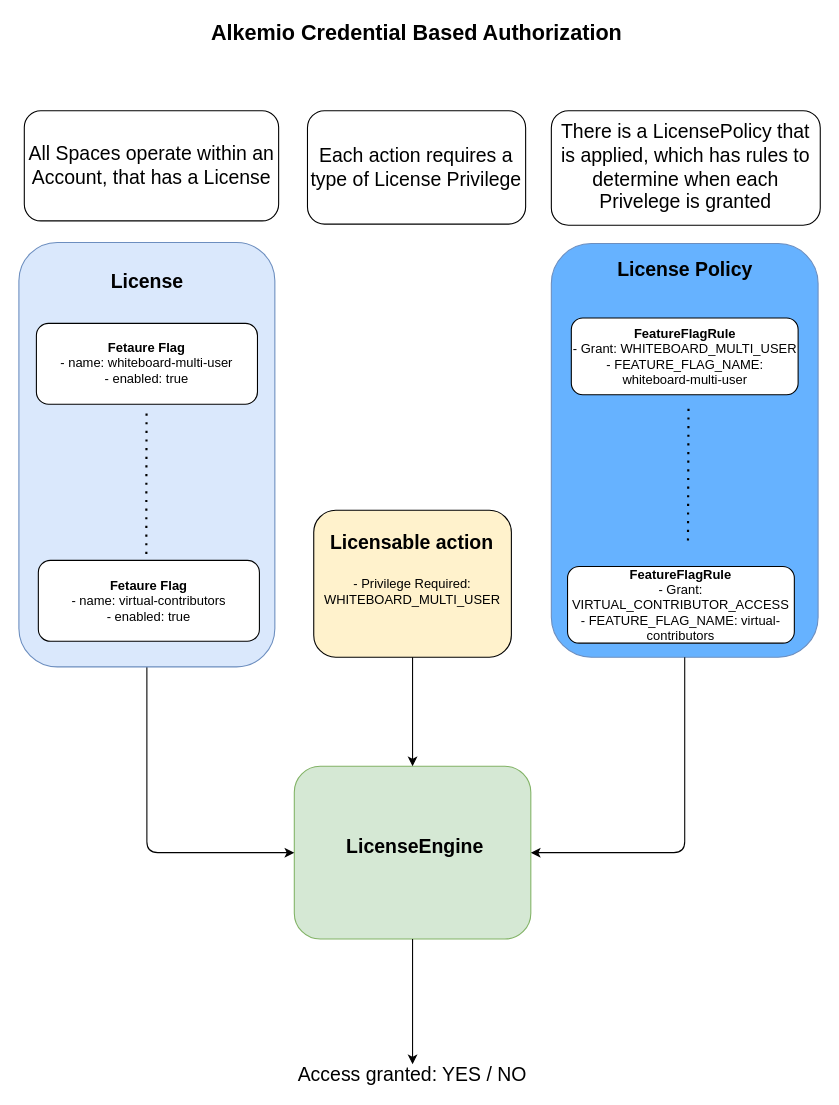
Earlier version of the draw.io diagram docs/diagrams/licenses.drawio (cherrytwist/cherrytwist). Source tidied: cells renumbered, new cells numbered last; positions are measured from the earlier drawing's top-left corner, leaving out a move shared by most shapes. Both pictures are drawn from the tidied source at 108%, with x=0, y=0 at pixel (18, 21).
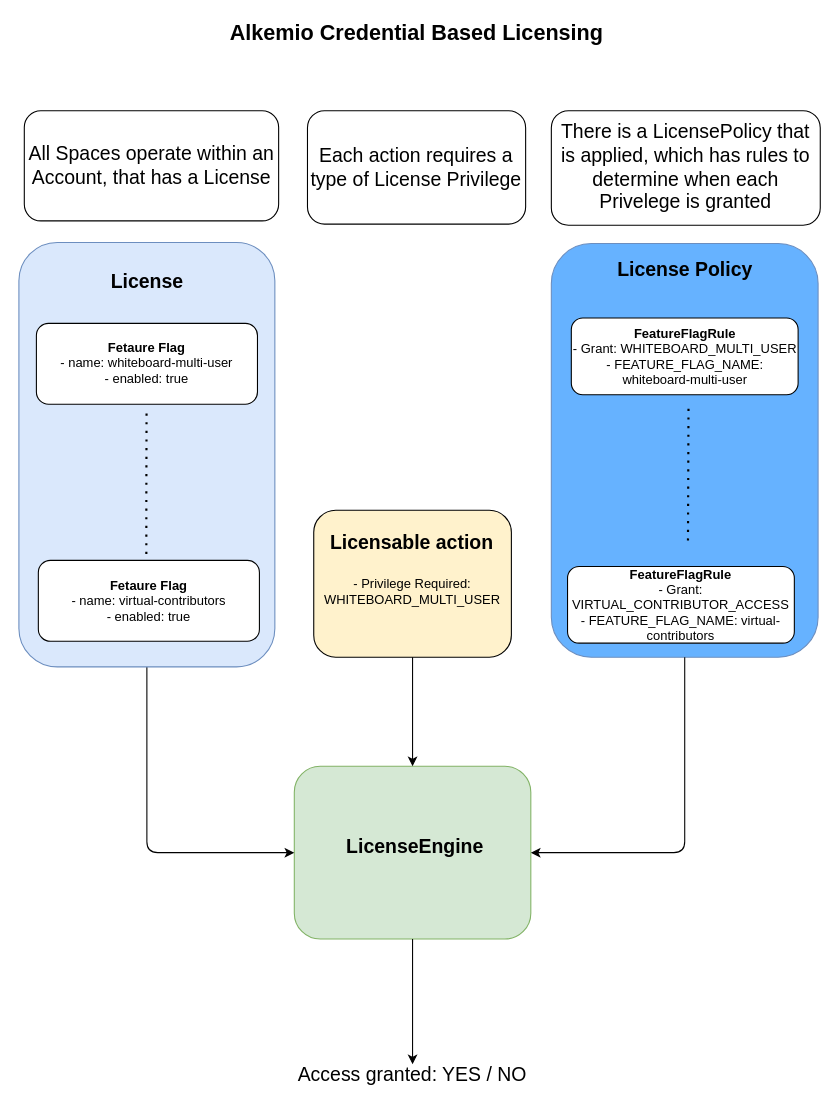
The same page after the edit.

Commit message (it also covers changes not shown here):
initial visual to explain virtual contributors on Alkemio

Diff of the diagram source:
```diff
@@
-    <mxCell id="2" value="Alkemio Credential Based Authorization" style="text;html=1;strokeColor=none;fillColor=none;align=center;verticalAlign=middle;whiteSpace=wrap;rounded=0;fontSize=20;fontStyle=1;" parent="1" vertex="1">
+    <mxCell id="2" value="Alkemio Credential Based Licensing" style="text;html=1;strokeColor=none;fillColor=none;align=center;verticalAlign=middle;whiteSpace=wrap;rounded=0;fontSize=20;fontStyle=1;" parent="1" vertex="1">
       <mxGeometry x="161" width="414.5" height="20" as="geometry" />
     </mxCell>
```
